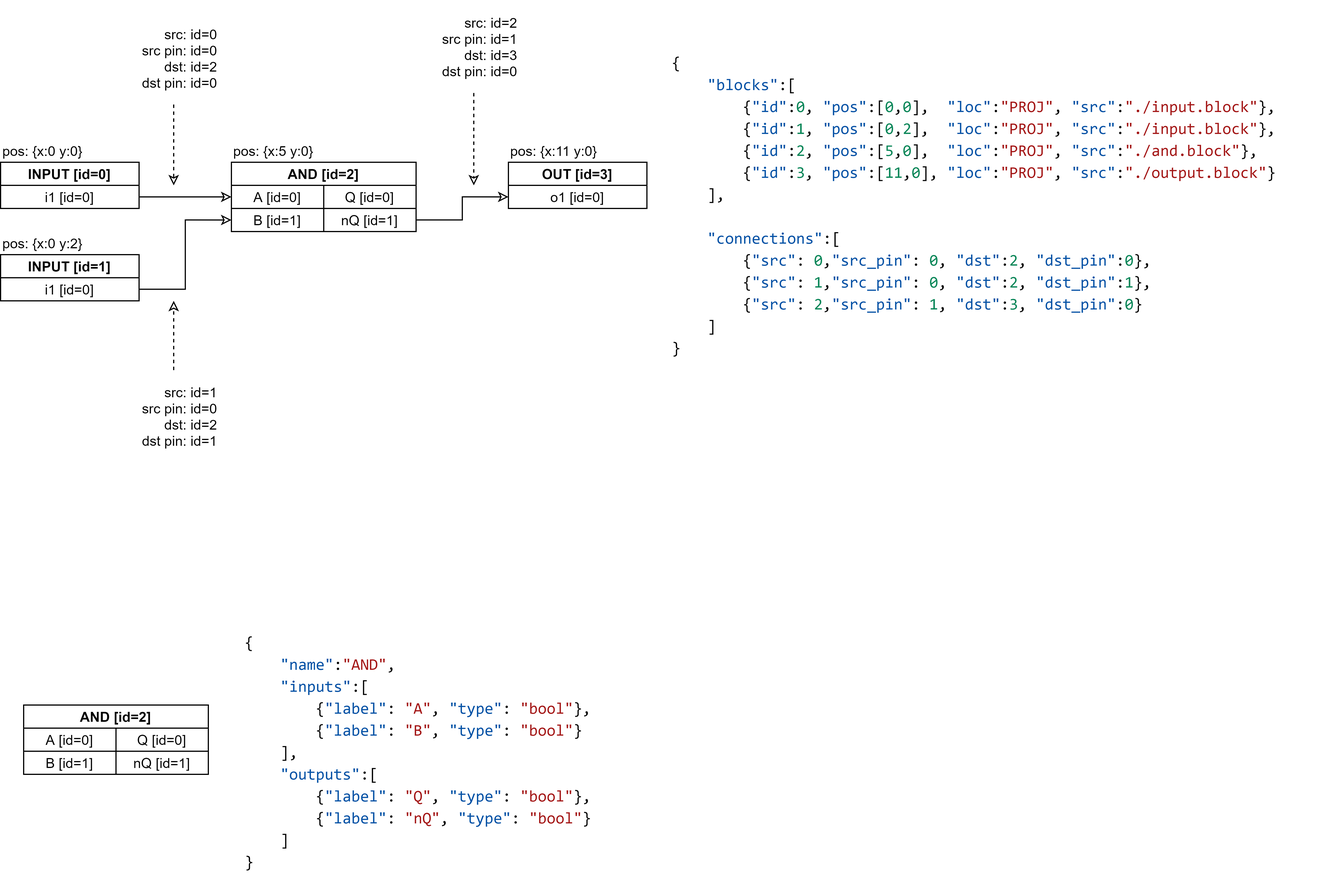
The draw.io diagram example_proj/Example.png in DawiX123PL/PLCEditio, before a commit. Source tidied: cells renumbered, new cells last; positions are measured from the earlier drawing's top-left corner, leaving out a move shared by most shapes.
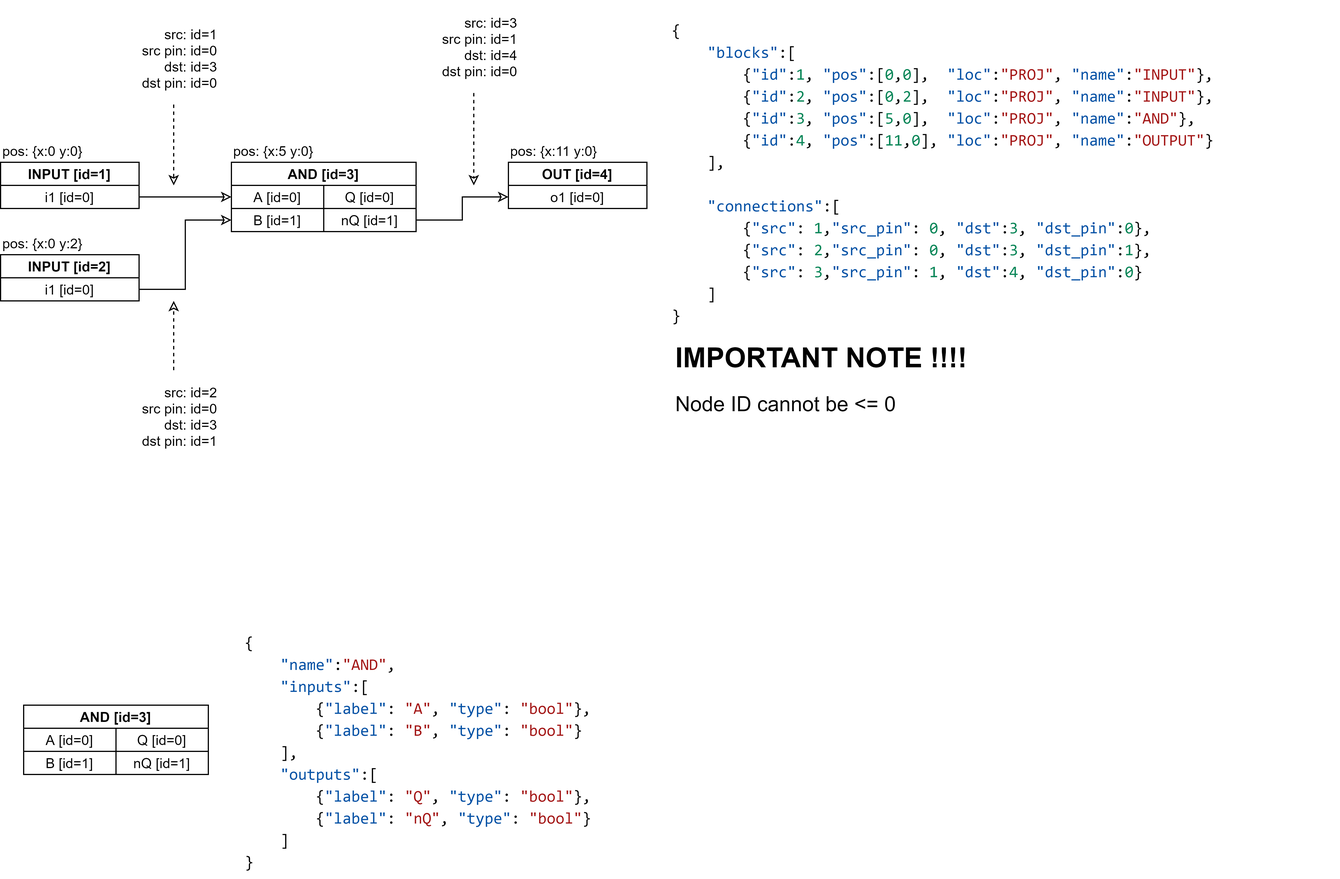
Above is the later version.

Commit message:
Make possible to show schematic (No connections) + fix bugs

Change to the diagram source:
```diff
@@ -4,3 +4,3 @@
     <mxCell id="1" parent="0" />
-    <mxCell id="2" value="INPUT [id=0]" style="shape=table;html=1;whiteSpace=wrap;startSize=20;fontStyle=1;align=center;fillColor=none;fillOpacity=0;" parent="1" vertex="1">
+    <mxCell id="2" value="INPUT [id=1]" style="shape=table;html=1;whiteSpace=wrap;startSize=20;fontStyle=1;align=center;fillColor=none;fillOpacity=0;" parent="1" vertex="1">
       <mxGeometry y="140" width="120" height="40" as="geometry" />
@@ -13,3 +13,3 @@
     </mxCell>
-    <mxCell id="5" value="INPUT [id=1]" style="shape=table;html=1;whiteSpace=wrap;startSize=20;fontStyle=1;align=center;fillColor=none;fillOpacity=0;" parent="1" vertex="1">
+    <mxCell id="5" value="INPUT [id=2]" style="shape=table;html=1;whiteSpace=wrap;startSize=20;fontStyle=1;align=center;fillColor=none;fillOpacity=0;" parent="1" vertex="1">
       <mxGeometry y="220" width="120" height="40" as="geometry" />
@@ -22,3 +22,3 @@
     </mxCell>
-    <mxCell id="8" value="AND [id=2]" style="shape=table;html=1;whiteSpace=wrap;startSize=20;fontStyle=1;align=center;fillColor=none;fillOpacity=0;" parent="1" vertex="1">
+    <mxCell id="8" value="AND [id=3]" style="shape=table;html=1;whiteSpace=wrap;startSize=20;fontStyle=1;align=center;fillColor=none;fillOpacity=0;" parent="1" vertex="1">
       <mxGeometry x="200" y="140" width="160" height="60" as="geometry" />
@@ -43,3 +43,3 @@
     </mxCell>
-    <mxCell id="15" value="OUT [id=3]" style="shape=table;html=1;whiteSpace=wrap;startSize=20;fontStyle=1;align=center;fillColor=none;swimlaneFillColor=none;fillOpacity=0;" parent="1" vertex="1">
+    <mxCell id="15" value="OUT [id=4]" style="shape=table;html=1;whiteSpace=wrap;startSize=20;fontStyle=1;align=center;fillColor=none;swimlaneFillColor=none;fillOpacity=0;" parent="1" vertex="1">
       <mxGeometry x="440" y="140" width="120" height="40" as="geometry" />
@@ -63,3 +63,3 @@
     </mxCell>
-    <mxCell id="21" value="src: id=0&lt;br&gt;src pin: id=0&lt;br&gt;dst: id=2&lt;br&gt;dst pin: id=0" style="text;html=1;align=right;verticalAlign=middle;whiteSpace=wrap;rounded=0;fillOpacity=0;" parent="1" vertex="1">
+    <mxCell id="21" value="src: id=1&lt;br&gt;src pin: id=0&lt;br&gt;dst: id=3&lt;br&gt;dst pin: id=0" style="text;html=1;align=right;verticalAlign=middle;whiteSpace=wrap;rounded=0;fillOpacity=0;" parent="1" vertex="1">
       <mxGeometry x="110" y="10" width="80" height="80" as="geometry" />
@@ -71,3 +71,3 @@
     </mxCell>
-    <mxCell id="23" value="src: id=2&lt;br&gt;src pin: id=1&lt;br&gt;dst: id=3&lt;br&gt;dst pin: id=0" style="text;html=1;align=right;verticalAlign=middle;whiteSpace=wrap;rounded=0;fillOpacity=0;" parent="1" vertex="1">
+    <mxCell id="23" value="src: id=3&lt;br&gt;src pin: id=1&lt;br&gt;dst: id=4&lt;br&gt;dst pin: id=0" style="text;html=1;align=right;verticalAlign=middle;whiteSpace=wrap;rounded=0;fillOpacity=0;" parent="1" vertex="1">
       <mxGeometry x="370" width="80" height="80" as="geometry" />
@@ -79,3 +79,3 @@
     </mxCell>
-    <mxCell id="25" value="src: id=1&lt;br&gt;src pin: id=0&lt;br&gt;dst: id=2&lt;br&gt;dst pin: id=1" style="text;html=1;align=right;verticalAlign=middle;whiteSpace=wrap;rounded=0;fillOpacity=0;" parent="1" vertex="1">
+    <mxCell id="25" value="src: id=2&lt;br&gt;src pin: id=0&lt;br&gt;dst: id=3&lt;br&gt;dst pin: id=1" style="text;html=1;align=right;verticalAlign=middle;whiteSpace=wrap;rounded=0;fillOpacity=0;" parent="1" vertex="1">
       <mxGeometry x="110" y="320" width="80" height="80" as="geometry" />
@@ -97,3 +97,3 @@
     </mxCell>
-    <mxCell id="31" value="AND [id=2]" style="shape=table;html=1;whiteSpace=wrap;startSize=20;fontStyle=1;align=center;fillColor=none;fillOpacity=0;" parent="1" vertex="1">
+    <mxCell id="31" value="AND [id=3]" style="shape=table;html=1;whiteSpace=wrap;startSize=20;fontStyle=1;align=center;fillColor=none;fillOpacity=0;" parent="1" vertex="1">
       <mxGeometry x="20" y="610" width="160" height="60" as="geometry" />
@@ -121,5 +121,8 @@
     </mxCell>
-    <mxCell id="39" value="&#10;&#10;&lt;div style=&quot;color: rgb(0, 0, 0); background-color: rgb(255, 255, 255); font-family: consolas, &amp;quot;courier new&amp;quot;, monospace; font-weight: normal; font-size: 14px; line-height: 19px;&quot;&gt;&lt;div&gt;&lt;span style=&quot;color: #000000&quot;&gt;{&lt;/span&gt;&lt;/div&gt;&lt;div&gt;&lt;span style=&quot;color: #000000&quot;&gt;&amp;nbsp; &amp;nbsp; &lt;/span&gt;&lt;span style=&quot;color: #0451a5&quot;&gt;&quot;blocks&quot;&lt;/span&gt;&lt;span style=&quot;color: #000000&quot;&gt;:[&lt;/span&gt;&lt;/div&gt;&lt;div&gt;&lt;span style=&quot;color: #000000&quot;&gt;&amp;nbsp; &amp;nbsp; &amp;nbsp; &amp;nbsp; {&lt;/span&gt;&lt;span style=&quot;color: #0451a5&quot;&gt;&quot;id&quot;&lt;/span&gt;&lt;span style=&quot;color: #000000&quot;&gt;:&lt;/span&gt;&lt;span style=&quot;color: #098658&quot;&gt;0&lt;/span&gt;&lt;span style=&quot;color: #000000&quot;&gt;, &lt;/span&gt;&lt;span style=&quot;color: #0451a5&quot;&gt;&quot;pos&quot;&lt;/span&gt;&lt;span style=&quot;color: #000000&quot;&gt;:[&lt;/span&gt;&lt;span style=&quot;color: #098658&quot;&gt;0&lt;/span&gt;&lt;span style=&quot;color: #000000&quot;&gt;,&lt;/span&gt;&lt;span style=&quot;color: #098658&quot;&gt;0&lt;/span&gt;&lt;span style=&quot;color: #000000&quot;&gt;], &amp;nbsp;&lt;/span&gt;&lt;span style=&quot;color: #0451a5&quot;&gt;&quot;loc&quot;&lt;/span&gt;&lt;span style=&quot;color: #000000&quot;&gt;:&lt;/span&gt;&lt;span style=&quot;color: #a31515&quot;&gt;&quot;PROJ&quot;&lt;/span&gt;&lt;span style=&quot;color: #000000&quot;&gt;, &lt;/span&gt;&lt;span style=&quot;color: #0451a5&quot;&gt;&quot;src&quot;&lt;/span&gt;&lt;span style=&quot;color: #000000&quot;&gt;:&lt;/span&gt;&lt;span style=&quot;color: #a31515&quot;&gt;&quot;./input.block&quot;&lt;/span&gt;&lt;span style=&quot;color: #000000&quot;&gt;},&lt;/span&gt;&lt;/div&gt;&lt;div&gt;&lt;span style=&quot;color: #000000&quot;&gt;&amp;nbsp; &amp;nbsp; &amp;nbsp; &amp;nbsp; {&lt;/span&gt;&lt;span style=&quot;color: #0451a5&quot;&gt;&quot;id&quot;&lt;/span&gt;&lt;span style=&quot;color: #000000&quot;&gt;:&lt;/span&gt;&lt;span style=&quot;color: #098658&quot;&gt;1&lt;/span&gt;&lt;span style=&quot;color: #000000&quot;&gt;, &lt;/span&gt;&lt;span style=&quot;color: #0451a5&quot;&gt;&quot;pos&quot;&lt;/span&gt;&lt;span style=&quot;color: #000000&quot;&gt;:[&lt;/span&gt;&lt;span style=&quot;color: #098658&quot;&gt;0&lt;/span&gt;&lt;span style=&quot;color: #000000&quot;&gt;,&lt;/span&gt;&lt;span style=&quot;color: #098658&quot;&gt;2&lt;/span&gt;&lt;span style=&quot;color: #000000&quot;&gt;], &amp;nbsp;&lt;/span&gt;&lt;span style=&quot;color: #0451a5&quot;&gt;&quot;loc&quot;&lt;/span&gt;&lt;span style=&quot;color: #000000&quot;&gt;:&lt;/span&gt;&lt;span style=&quot;color: #a31515&quot;&gt;&quot;PROJ&quot;&lt;/span&gt;&lt;span style=&quot;color: #000000&quot;&gt;, &lt;/span&gt;&lt;span style=&quot;color: #0451a5&quot;&gt;&quot;src&quot;&lt;/span&gt;&lt;span style=&quot;color: #000000&quot;&gt;:&lt;/span&gt;&lt;span style=&quot;color: #a31515&quot;&gt;&quot;./input.block&quot;&lt;/span&gt;&lt;span style=&quot;color: #000000&quot;&gt;},&lt;/span&gt;&lt;/div&gt;&lt;div&gt;&lt;span style=&quot;color: #000000&quot;&gt;&amp;nbsp; &amp;nbsp; &amp;nbsp; &amp;nbsp; {&lt;/span&gt;&lt;span style=&quot;color: #0451a5&quot;&gt;&quot;id&quot;&lt;/span&gt;&lt;span style=&quot;color: #000000&quot;&gt;:&lt;/span&gt;&lt;span style=&quot;color: #098658&quot;&gt;2&lt;/span&gt;&lt;span style=&quot;color: #000000&quot;&gt;, &lt;/span&gt;&lt;span style=&quot;color: #0451a5&quot;&gt;&quot;pos&quot;&lt;/span&gt;&lt;span style=&quot;color: #000000&quot;&gt;:[&lt;/span&gt;&lt;span style=&quot;color: #098658&quot;&gt;5&lt;/span&gt;&lt;span style=&quot;color: #000000&quot;&gt;,&lt;/span&gt;&lt;span style=&quot;color: #098658&quot;&gt;0&lt;/span&gt;&lt;span style=&quot;color: #000000&quot;&gt;], &amp;nbsp;&lt;/span&gt;&lt;span style=&quot;color: #0451a5&quot;&gt;&quot;loc&quot;&lt;/span&gt;&lt;span style=&quot;color: #000000&quot;&gt;:&lt;/span&gt;&lt;span style=&quot;color: #a31515&quot;&gt;&quot;PROJ&quot;&lt;/span&gt;&lt;span style=&quot;color: #000000&quot;&gt;, &lt;/span&gt;&lt;span style=&quot;color: #0451a5&quot;&gt;&quot;src&quot;&lt;/span&gt;&lt;span style=&quot;color: #000000&quot;&gt;:&lt;/span&gt;&lt;span style=&quot;color: #a31515&quot;&gt;&quot;./and.block&quot;&lt;/span&gt;&lt;span style=&quot;color: #000000&quot;&gt;},&lt;/span&gt;&lt;/div&gt;&lt;div&gt;&lt;span style=&quot;color: #000000&quot;&gt;&amp;nbsp; &amp;nbsp; &amp;nbsp; &amp;nbsp; {&lt;/span&gt;&lt;span style=&quot;color: #0451a5&quot;&gt;&quot;id&quot;&lt;/span&gt;&lt;span style=&quot;color: #000000&quot;&gt;:&lt;/span&gt;&lt;span style=&quot;color: #098658&quot;&gt;3&lt;/span&gt;&lt;span style=&quot;color: #000000&quot;&gt;, &lt;/span&gt;&lt;span style=&quot;color: #0451a5&quot;&gt;&quot;pos&quot;&lt;/span&gt;&lt;span style=&quot;color: #000000&quot;&gt;:[&lt;/span&gt;&lt;span style=&quot;color: #098658&quot;&gt;11&lt;/span&gt;&lt;span style=&quot;color: #000000&quot;&gt;,&lt;/span&gt;&lt;span style=&quot;color: #098658&quot;&gt;0&lt;/span&gt;&lt;span style=&quot;color: #000000&quot;&gt;], &lt;/span&gt;&lt;span style=&quot;color: #0451a5&quot;&gt;&quot;loc&quot;&lt;/span&gt;&lt;span style=&quot;color: #000000&quot;&gt;:&lt;/span&gt;&lt;span style=&quot;color: #a31515&quot;&gt;&quot;PROJ&quot;&lt;/span&gt;&lt;span style=&quot;color: #000000&quot;&gt;, &lt;/span&gt;&lt;span style=&quot;color: #0451a5&quot;&gt;&quot;src&quot;&lt;/span&gt;&lt;span style=&quot;color: #000000&quot;&gt;:&lt;/span&gt;&lt;span style=&quot;color: #a31515&quot;&gt;&quot;./output.block&quot;&lt;/span&gt;&lt;span style=&quot;color: #000000&quot;&gt;}&lt;/span&gt;&lt;/div&gt;&lt;div&gt;&lt;span style=&quot;color: #000000&quot;&gt;&amp;nbsp; &amp;nbsp; ],&lt;/span&gt;&lt;/div&gt;&lt;br&gt;&lt;div&gt;&lt;span style=&quot;color: #000000&quot;&gt;&amp;nbsp; &amp;nbsp; &lt;/span&gt;&lt;span style=&quot;color: #0451a5&quot;&gt;&quot;connections&quot;&lt;/span&gt;&lt;span style=&quot;color: #000000&quot;&gt;:[&lt;/span&gt;&lt;/div&gt;&lt;div&gt;&lt;span style=&quot;color: #000000&quot;&gt;&amp;nbsp; &amp;nbsp; &amp;nbsp; &amp;nbsp; {&lt;/span&gt;&lt;span style=&quot;color: #0451a5&quot;&gt;&quot;src&quot;&lt;/span&gt;&lt;span style=&quot;color: #000000&quot;&gt;: &lt;/span&gt;&lt;span style=&quot;color: #098658&quot;&gt;0&lt;/span&gt;&lt;span style=&quot;color: #000000&quot;&gt;,&lt;/span&gt;&lt;span style=&quot;color: #0451a5&quot;&gt;&quot;src_pin&quot;&lt;/span&gt;&lt;span style=&quot;color: #000000&quot;&gt;: &lt;/span&gt;&lt;span style=&quot;color: #098658&quot;&gt;0&lt;/span&gt;&lt;span style=&quot;color: #000000&quot;&gt;, &lt;/span&gt;&lt;span style=&quot;color: #0451a5&quot;&gt;&quot;dst&quot;&lt;/span&gt;&lt;span style=&quot;color: #000000&quot;&gt;:&lt;/span&gt;&lt;span style=&quot;color: #098658&quot;&gt;2&lt;/span&gt;&lt;span style=&quot;color: #000000&quot;&gt;, &lt;/span&gt;&lt;span style=&quot;color: #0451a5&quot;&gt;&quot;dst_pin&quot;&lt;/span&gt;&lt;span style=&quot;color: #000000&quot;&gt;:&lt;/span&gt;&lt;span style=&quot;color: #098658&quot;&gt;0&lt;/span&gt;&lt;span style=&quot;color: #000000&quot;&gt;},&lt;/span&gt;&lt;/div&gt;&lt;div&gt;&lt;span style=&quot;color: #000000&quot;&gt;&amp;nbsp; &amp;nbsp; &amp;nbsp; &amp;nbsp; {&lt;/span&gt;&lt;span style=&quot;color: #0451a5&quot;&gt;&quot;src&quot;&lt;/span&gt;&lt;span style=&quot;color: #000000&quot;&gt;: &lt;/span&gt;&lt;span style=&quot;color: #098658&quot;&gt;1&lt;/span&gt;&lt;span style=&quot;color: #000000&quot;&gt;,&lt;/span&gt;&lt;span style=&quot;color: #0451a5&quot;&gt;&quot;src_pin&quot;&lt;/span&gt;&lt;span style=&quot;color: #000000&quot;&gt;: &lt;/span&gt;&lt;span style=&quot;color: #098658&quot;&gt;0&lt;/span&gt;&lt;span style=&quot;color: #000000&quot;&gt;, &lt;/span&gt;&lt;span style=&quot;color: #0451a5&quot;&gt;&quot;dst&quot;&lt;/span&gt;&lt;span style=&quot;color: #000000&quot;&gt;:&lt;/span&gt;&lt;span style=&quot;color: #098658&quot;&gt;2&lt;/span&gt;&lt;span style=&quot;color: #000000&quot;&gt;, &lt;/span&gt;&lt;span style=&quot;color: #0451a5&quot;&gt;&quot;dst_pin&quot;&lt;/span&gt;&lt;span style=&quot;color: #000000&quot;&gt;:&lt;/span&gt;&lt;span style=&quot;color: #098658&quot;&gt;1&lt;/span&gt;&lt;span style=&quot;color: #000000&quot;&gt;},&lt;/span&gt;&lt;/div&gt;&lt;div&gt;&lt;span style=&quot;color: #000000&quot;&gt;&amp;nbsp; &amp;nbsp; &amp;nbsp; &amp;nbsp; {&lt;/span&gt;&lt;span style=&quot;color: #0451a5&quot;&gt;&quot;src&quot;&lt;/span&gt;&lt;span style=&quot;color: #000000&quot;&gt;: &lt;/span&gt;&lt;span style=&quot;color: #098658&quot;&gt;2&lt;/span&gt;&lt;span style=&quot;color: #000000&quot;&gt;,&lt;/span&gt;&lt;span style=&quot;color: #0451a5&quot;&gt;&quot;src_pin&quot;&lt;/span&gt;&lt;span style=&quot;color: #000000&quot;&gt;: &lt;/span&gt;&lt;span style=&quot;color: #098658&quot;&gt;1&lt;/span&gt;&lt;span style=&quot;color: #000000&quot;&gt;, &lt;/span&gt;&lt;span style=&quot;color: #0451a5&quot;&gt;&quot;dst&quot;&lt;/span&gt;&lt;span style=&quot;color: #000000&quot;&gt;:&lt;/span&gt;&lt;span style=&quot;color: #098658&quot;&gt;3&lt;/span&gt;&lt;span style=&quot;color: #000000&quot;&gt;, &lt;/span&gt;&lt;span style=&quot;color: #0451a5&quot;&gt;&quot;dst_pin&quot;&lt;/span&gt;&lt;span style=&quot;color: #000000&quot;&gt;:&lt;/span&gt;&lt;span style=&quot;color: #098658&quot;&gt;0&lt;/span&gt;&lt;span style=&quot;color: #000000&quot;&gt;}&lt;/span&gt;&lt;/div&gt;&lt;div&gt;&lt;span style=&quot;color: #000000&quot;&gt;&amp;nbsp; &amp;nbsp; ]&lt;/span&gt;&lt;/div&gt;&lt;div&gt;&lt;span style=&quot;color: #000000&quot;&gt;}&lt;/span&gt;&lt;/div&gt;&lt;/div&gt;&#10;&#10;" style="text;whiteSpace=wrap;html=1;fillOpacity=0;labelBackgroundColor=#ffffff;" parent="1" vertex="1">
+    <mxCell id="39" value="&lt;div style=&quot;font-family: &amp;#34;consolas&amp;#34; , &amp;#34;courier new&amp;#34; , monospace ; font-size: 14px ; line-height: 19px&quot;&gt;&lt;div style=&quot;font-family: &amp;#34;consolas&amp;#34; , &amp;#34;courier new&amp;#34; , monospace ; line-height: 19px&quot;&gt;&lt;div&gt;{&lt;/div&gt;&lt;div&gt;&amp;nbsp; &amp;nbsp; &lt;span style=&quot;color: #0451a5&quot;&gt;&quot;blocks&quot;&lt;/span&gt;:[&lt;/div&gt;&lt;div&gt;&amp;nbsp; &amp;nbsp; &amp;nbsp; &amp;nbsp; {&lt;span style=&quot;color: #0451a5&quot;&gt;&quot;id&quot;&lt;/span&gt;:&lt;span style=&quot;color: #098658&quot;&gt;1&lt;/span&gt;, &lt;span style=&quot;color: #0451a5&quot;&gt;&quot;pos&quot;&lt;/span&gt;:[&lt;span style=&quot;color: #098658&quot;&gt;0&lt;/span&gt;,&lt;span style=&quot;color: #098658&quot;&gt;0&lt;/span&gt;], &amp;nbsp;&lt;span style=&quot;color: #0451a5&quot;&gt;&quot;loc&quot;&lt;/span&gt;:&lt;span style=&quot;color: #a31515&quot;&gt;&quot;PROJ&quot;&lt;/span&gt;, &lt;span style=&quot;color: #0451a5&quot;&gt;&quot;name&quot;&lt;/span&gt;:&lt;span style=&quot;color: #a31515&quot;&gt;&quot;INPUT&quot;&lt;/span&gt;},&lt;/div&gt;&lt;div&gt;&amp;nbsp; &amp;nbsp; &amp;nbsp; &amp;nbsp; {&lt;span style=&quot;color: #0451a5&quot;&gt;&quot;id&quot;&lt;/span&gt;:&lt;span style=&quot;color: #098658&quot;&gt;2&lt;/span&gt;, &lt;span style=&quot;color: #0451a5&quot;&gt;&quot;pos&quot;&lt;/span&gt;:[&lt;span style=&quot;color: #098658&quot;&gt;0&lt;/span&gt;,&lt;span style=&quot;color: #098658&quot;&gt;2&lt;/span&gt;], &amp;nbsp;&lt;span style=&quot;color: #0451a5&quot;&gt;&quot;loc&quot;&lt;/span&gt;:&lt;span style=&quot;color: #a31515&quot;&gt;&quot;PROJ&quot;&lt;/span&gt;, &lt;span style=&quot;color: #0451a5&quot;&gt;&quot;name&quot;&lt;/span&gt;:&lt;span style=&quot;color: #a31515&quot;&gt;&quot;INPUT&quot;&lt;/span&gt;},&lt;/div&gt;&lt;div&gt;&amp;nbsp; &amp;nbsp; &amp;nbsp; &amp;nbsp; {&lt;span style=&quot;color: #0451a5&quot;&gt;&quot;id&quot;&lt;/span&gt;:&lt;span style=&quot;color: #098658&quot;&gt;3&lt;/span&gt;, &lt;span style=&quot;color: #0451a5&quot;&gt;&quot;pos&quot;&lt;/span&gt;:[&lt;span style=&quot;color: #098658&quot;&gt;5&lt;/span&gt;,&lt;span style=&quot;color: #098658&quot;&gt;0&lt;/span&gt;], &amp;nbsp;&lt;span style=&quot;color: #0451a5&quot;&gt;&quot;loc&quot;&lt;/span&gt;:&lt;span style=&quot;color: #a31515&quot;&gt;&quot;PROJ&quot;&lt;/span&gt;, &lt;span style=&quot;color: #0451a5&quot;&gt;&quot;name&quot;&lt;/span&gt;:&lt;span style=&quot;color: #a31515&quot;&gt;&quot;AND&quot;&lt;/span&gt;},&lt;/div&gt;&lt;div&gt;&amp;nbsp; &amp;nbsp; &amp;nbsp; &amp;nbsp; {&lt;span style=&quot;color: #0451a5&quot;&gt;&quot;id&quot;&lt;/span&gt;:&lt;span style=&quot;color: #098658&quot;&gt;4&lt;/span&gt;, &lt;span style=&quot;color: #0451a5&quot;&gt;&quot;pos&quot;&lt;/span&gt;:[&lt;span style=&quot;color: #098658&quot;&gt;11&lt;/span&gt;,&lt;span style=&quot;color: #098658&quot;&gt;0&lt;/span&gt;], &lt;span style=&quot;color: #0451a5&quot;&gt;&quot;loc&quot;&lt;/span&gt;:&lt;span style=&quot;color: #a31515&quot;&gt;&quot;PROJ&quot;&lt;/span&gt;, &lt;span style=&quot;color: #0451a5&quot;&gt;&quot;name&quot;&lt;/span&gt;:&lt;span style=&quot;color: #a31515&quot;&gt;&quot;OUTPUT&quot;&lt;/span&gt;}&lt;/div&gt;&lt;div&gt;&amp;nbsp; &amp;nbsp; ],&lt;/div&gt;&lt;br&gt;&lt;div&gt;&amp;nbsp; &amp;nbsp; &lt;span style=&quot;color: #0451a5&quot;&gt;&quot;connections&quot;&lt;/span&gt;:[&lt;/div&gt;&lt;div&gt;&amp;nbsp; &amp;nbsp; &amp;nbsp; &amp;nbsp; {&lt;span style=&quot;color: #0451a5&quot;&gt;&quot;src&quot;&lt;/span&gt;: &lt;span style=&quot;color: #098658&quot;&gt;1&lt;/span&gt;,&lt;span style=&quot;color: #0451a5&quot;&gt;&quot;src_pin&quot;&lt;/span&gt;: &lt;span style=&quot;color: #098658&quot;&gt;0&lt;/span&gt;, &lt;span style=&quot;color: #0451a5&quot;&gt;&quot;dst&quot;&lt;/span&gt;:&lt;span style=&quot;color: #098658&quot;&gt;3&lt;/span&gt;, &lt;span style=&quot;color: #0451a5&quot;&gt;&quot;dst_pin&quot;&lt;/span&gt;:&lt;span style=&quot;color: #098658&quot;&gt;0&lt;/span&gt;},&lt;/div&gt;&lt;div&gt;&amp;nbsp; &amp;nbsp; &amp;nbsp; &amp;nbsp; {&lt;span style=&quot;color: #0451a5&quot;&gt;&quot;src&quot;&lt;/span&gt;: &lt;span style=&quot;color: #098658&quot;&gt;2&lt;/span&gt;,&lt;span style=&quot;color: #0451a5&quot;&gt;&quot;src_pin&quot;&lt;/span&gt;: &lt;span style=&quot;color: #098658&quot;&gt;0&lt;/span&gt;, &lt;span style=&quot;color: #0451a5&quot;&gt;&quot;dst&quot;&lt;/span&gt;:&lt;span style=&quot;color: #098658&quot;&gt;3&lt;/span&gt;, &lt;span style=&quot;color: #0451a5&quot;&gt;&quot;dst_pin&quot;&lt;/span&gt;:&lt;span style=&quot;color: #098658&quot;&gt;1&lt;/span&gt;},&lt;/div&gt;&lt;div&gt;&amp;nbsp; &amp;nbsp; &amp;nbsp; &amp;nbsp; {&lt;span style=&quot;color: #0451a5&quot;&gt;&quot;src&quot;&lt;/span&gt;: &lt;span style=&quot;color: #098658&quot;&gt;3&lt;/span&gt;,&lt;span style=&quot;color: #0451a5&quot;&gt;&quot;src_pin&quot;&lt;/span&gt;: &lt;span style=&quot;color: #098658&quot;&gt;1&lt;/span&gt;, &lt;span style=&quot;color: #0451a5&quot;&gt;&quot;dst&quot;&lt;/span&gt;:&lt;span style=&quot;color: #098658&quot;&gt;4&lt;/span&gt;, &lt;span style=&quot;color: #0451a5&quot;&gt;&quot;dst_pin&quot;&lt;/span&gt;:&lt;span style=&quot;color: #098658&quot;&gt;0&lt;/span&gt;}&lt;/div&gt;&lt;div&gt;&amp;nbsp; &amp;nbsp; ]&lt;/div&gt;&lt;div&gt;}&lt;/div&gt;&lt;/div&gt;&lt;/div&gt;" style="text;whiteSpace=wrap;html=1;fillOpacity=0;labelBackgroundColor=#ffffff;" parent="1" vertex="1">
       <mxGeometry x="580" y="10" width="580" height="350" as="geometry" />
     </mxCell>
+    <mxCell id="40" value="&lt;h1&gt;IMPORTANT NOTE !!!!&lt;/h1&gt;&lt;p&gt;&lt;font style=&quot;font-size: 18px&quot;&gt;Node ID cannot be &amp;lt;= 0&amp;nbsp;&lt;/font&gt;&lt;/p&gt;" style="text;html=1;strokeColor=none;fillColor=none;spacing=5;spacingTop=-20;whiteSpace=wrap;overflow=hidden;rounded=0;" parent="1" vertex="1">
+      <mxGeometry x="580" y="290" width="390" height="140" as="geometry" />
+    </mxCell>
   </root>
```
